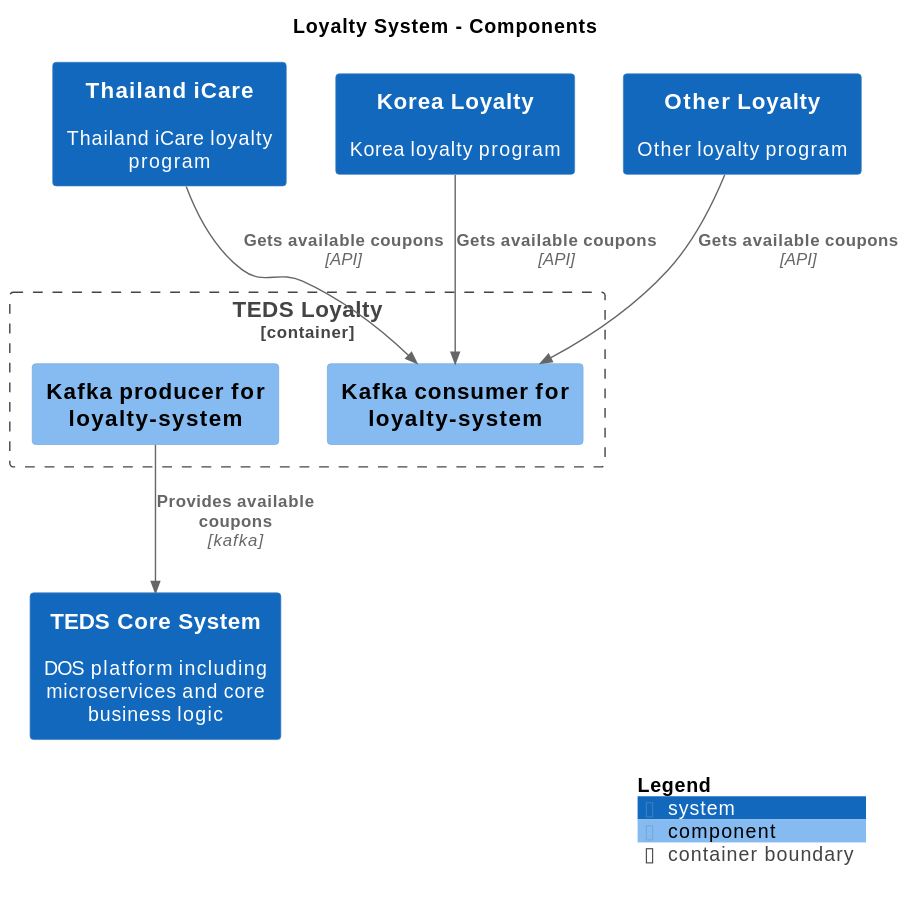
kzsahay/teds keeps this PlantUML diagram as main/svg/Level3_loyalty_Components.svg. Above is the earlier version. Its source is kept beside it as main/puml/Level3_loyalty_Components.puml.
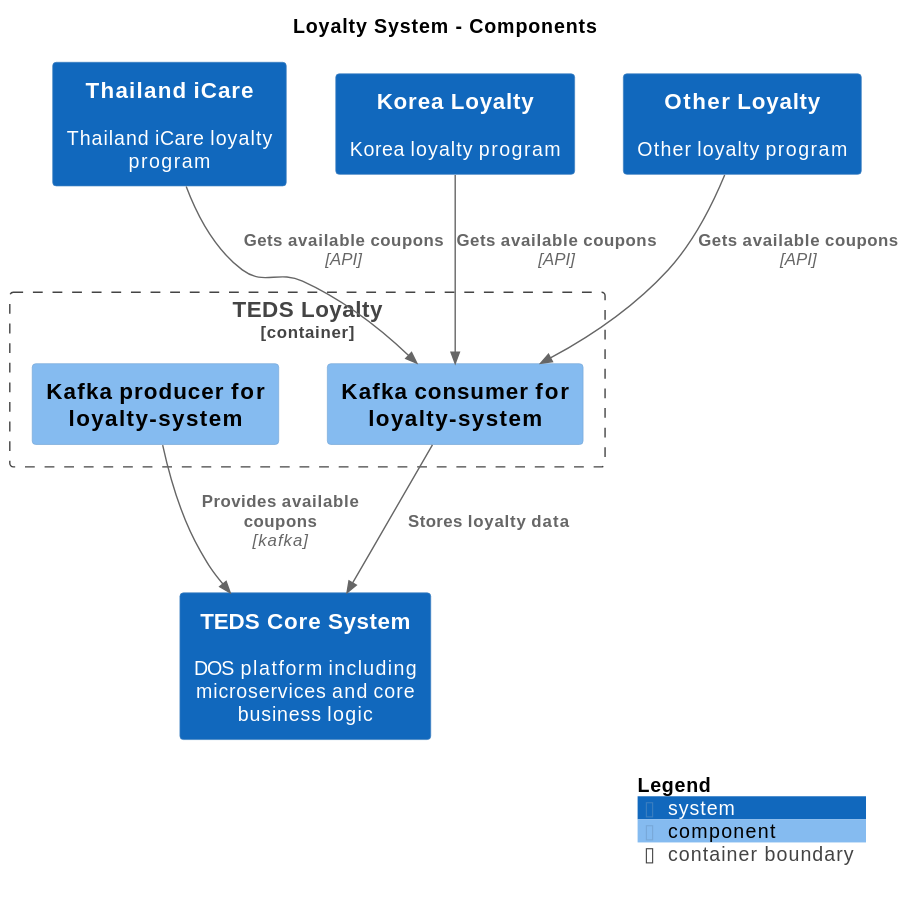
After the change.

Change to the diagram source:
```diff
@@ -21,6 +21,7 @@
 Rel(ThailandiCare, LoyaltyPrograms.TEDSLoyalty.Kafkaconsumerforloyaltysystem, "Gets available coupons", $techn="API", $tags="", $link="")
 Rel(KoreaLoyalty, LoyaltyPrograms.TEDSLoyalty.Kafkaconsumerforloyaltysystem, "Gets available coupons", $techn="API", $tags="", $link="")
 Rel(OtherLoyalty, LoyaltyPrograms.TEDSLoyalty.Kafkaconsumerforloyaltysystem, "Gets available coupons", $techn="API", $tags="", $link="")
+Rel(LoyaltyPrograms.TEDSLoyalty.Kafkaconsumerforloyaltysystem, TEDSCoreSystem, "Stores loyalty data", $techn="", $tags="", $link="")
 Rel(LoyaltyPrograms.TEDSLoyalty.Kafkaproducerforloyaltysystem, TEDSCoreSystem, "Provides available coupons", $techn="kafka", $tags="", $link="")
 
 SHOW_LEGEND(true)
```
